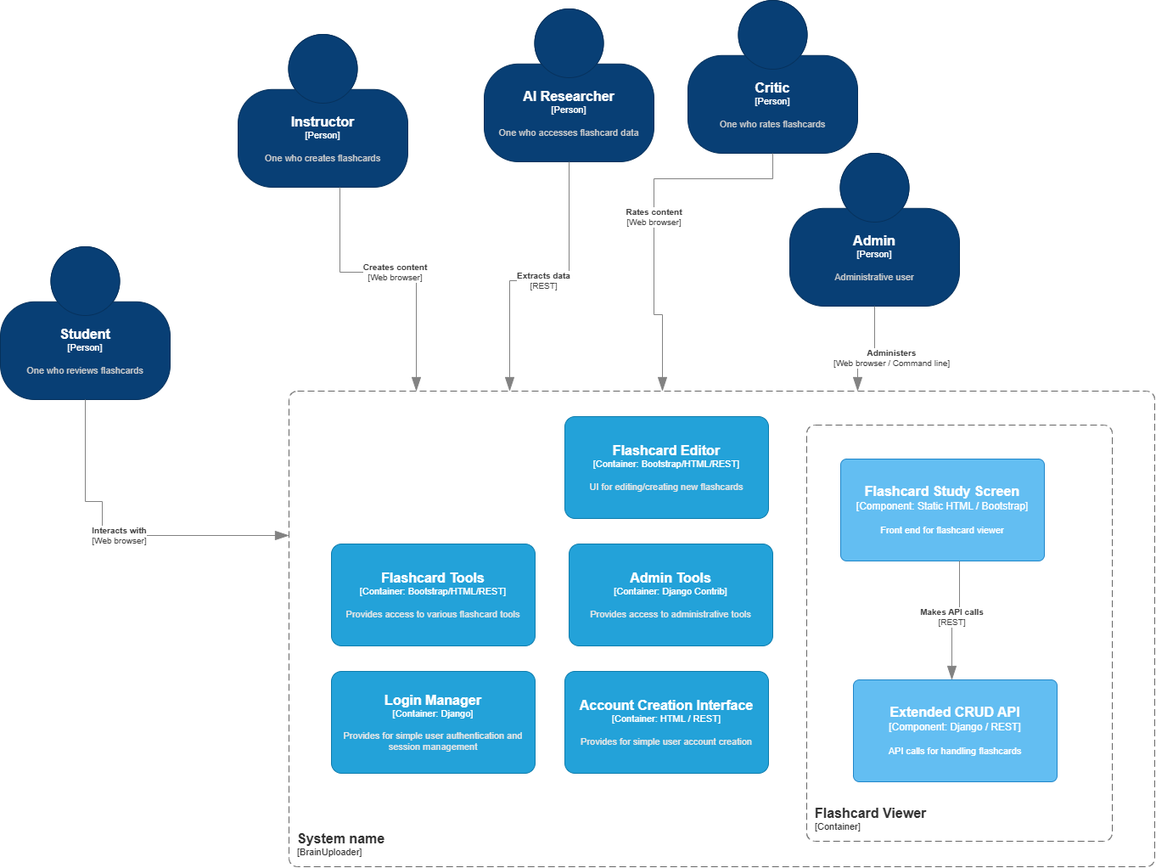
This is docs/images/C4-Component.drawio.png from ghumphr/brainuploader, a draw.io export, as it was before one commit. Source tidied: cells renumbered, new cells last; positions are measured from the earlier drawing's top-left corner, leaving out a move shared by most shapes.
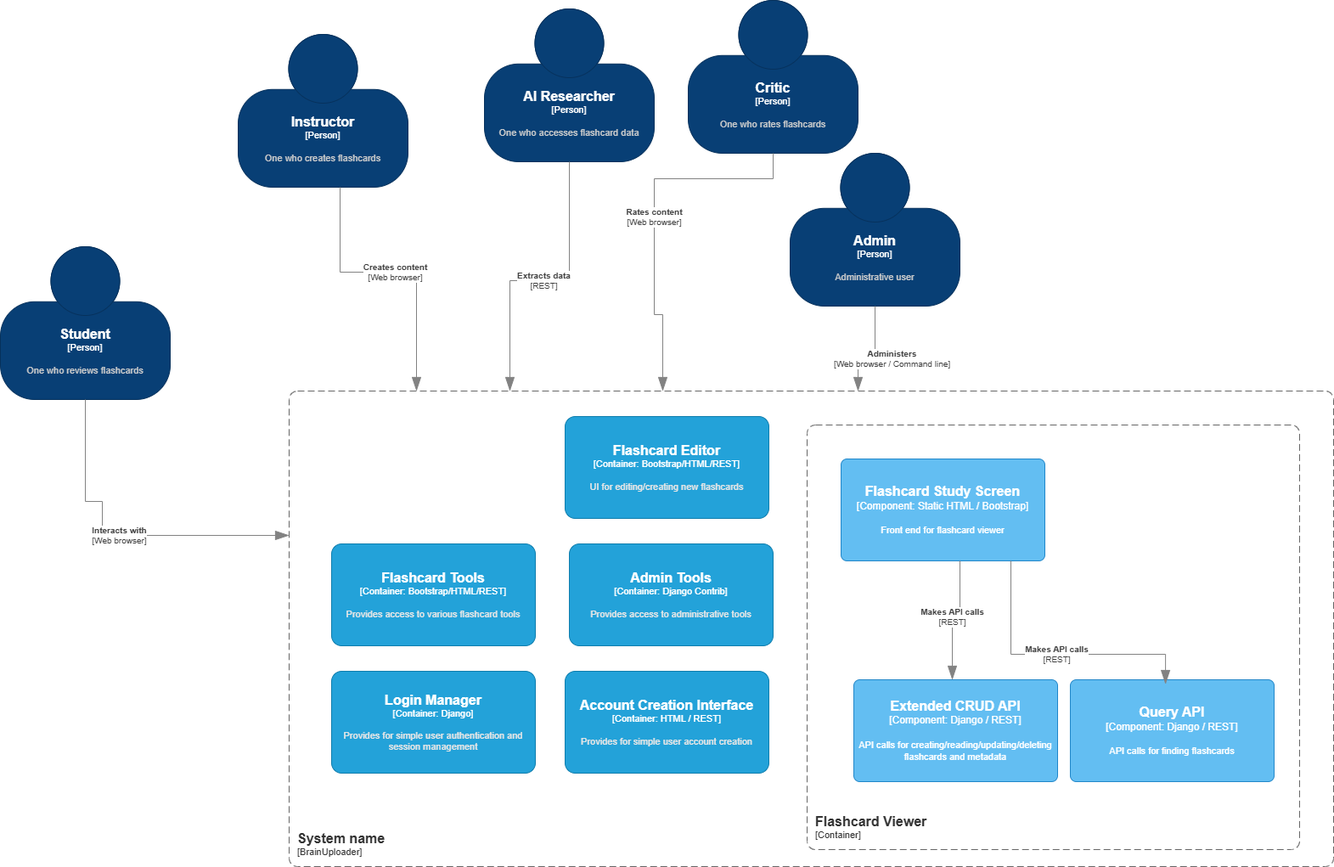
The same diagram one commit later.

Commit message:
added query API

Diff of the diagram source:
```diff
@@ -87,7 +87,7 @@
     </object>
     <object id="12" label="&lt;font style=&quot;font-size: 16px&quot;&gt;&lt;b&gt;&lt;div style=&quot;text-align: left&quot;&gt;%c4Name%&lt;/div&gt;&lt;/b&gt;&lt;/font&gt;&lt;div style=&quot;text-align: left&quot;&gt;[%c4Application%]&lt;/div&gt;" c4Application="BrainUploader" c4Name="System name" c4Type="SystemScopeBoundary" placeholders="1">
       <mxCell style="rounded=1;fontSize=11;whiteSpace=wrap;html=1;dashed=1;arcSize=20;fillColor=none;strokeColor=#666666;fontColor=#333333;labelBackgroundColor=none;align=left;verticalAlign=bottom;labelBorderColor=none;spacingTop=0;spacing=10;dashPattern=8 4;perimeter=rectanglePerimeter;noLabel=0;labelPadding=0;absoluteArcSize=1;" parent="1" vertex="1">
-        <mxGeometry x="340" y="460" width="1020" height="560" as="geometry" />
+        <mxGeometry x="340" y="460" width="1230" height="560" as="geometry" />
       </mxCell>
     </object>
     <object id="13" label="&lt;font style=&quot;font-size: 16px&quot;&gt;&lt;b&gt;%c4Name%&lt;/b&gt;&lt;/font&gt;&lt;div&gt;[%c4Type%: %c4Technology%]&lt;/div&gt;&lt;br&gt;&lt;div&gt;&lt;font style=&quot;font-size: 11px&quot;&gt;&lt;font color=&quot;#E6E6E6&quot;&gt;%c4Description%&lt;/font&gt;&lt;/div&gt;" c4Description="UI for editing/creating new flashcards" c4Name="Flashcard Editor" c4Technology="Bootstrap/HTML/REST" c4Type="Container" placeholders="1">
@@ -117,7 +117,7 @@
     </object>
     <object id="18" label="&lt;font style=&quot;font-size: 16px&quot;&gt;&lt;b&gt;&lt;div style=&quot;text-align: left&quot;&gt;%c4Name%&lt;/div&gt;&lt;/b&gt;&lt;/font&gt;&lt;div style=&quot;text-align: left&quot;&gt;[%c4Application%]&lt;/div&gt;" c4Application="Container" c4Name="Flashcard Viewer" c4Type="ContainerScopeBoundary" placeholders="1">
       <mxCell style="rounded=1;fontSize=11;whiteSpace=wrap;html=1;dashed=1;arcSize=20;fillColor=none;strokeColor=#666666;fontColor=#333333;labelBackgroundColor=none;align=left;verticalAlign=bottom;labelBorderColor=none;spacingTop=0;spacing=10;dashPattern=8 4;perimeter=rectanglePerimeter;noLabel=0;labelPadding=0;absoluteArcSize=1;" parent="1" vertex="1">
-        <mxGeometry x="950" y="500" width="360" height="490" as="geometry" />
+        <mxGeometry x="950" y="500" width="580" height="500" as="geometry" />
       </mxCell>
     </object>
     <object id="19" label="&lt;font style=&quot;font-size: 16px&quot;&gt;&lt;b&gt;%c4Name%&lt;/b&gt;&lt;/font&gt;&lt;div&gt;[%c4Type%: %c4Technology%]&lt;/div&gt;&lt;br&gt;&lt;div&gt;&lt;font style=&quot;font-size: 11px&quot;&gt;%c4Description%&lt;/font&gt;&lt;/div&gt;" c4Description="Front end for flashcard viewer" c4Name="Flashcard Study Screen" c4Technology="Static HTML / Bootstrap" c4Type="Component" placeholders="1">
@@ -125,7 +125,7 @@
         <mxGeometry x="990" y="540" width="240" height="120" as="geometry" />
       </mxCell>
     </object>
-    <object id="20" label="&lt;font style=&quot;font-size: 16px&quot;&gt;&lt;b&gt;%c4Name%&lt;/b&gt;&lt;/font&gt;&lt;div&gt;[%c4Type%: %c4Technology%]&lt;/div&gt;&lt;br&gt;&lt;div&gt;&lt;font style=&quot;font-size: 11px&quot;&gt;%c4Description%&lt;/font&gt;&lt;/div&gt;" c4Description="API calls for handling flashcards" c4Name="Extended CRUD API" c4Technology="Django / REST" c4Type="Component" placeholders="1">
+    <object id="20" label="&lt;font style=&quot;font-size: 16px&quot;&gt;&lt;b&gt;%c4Name%&lt;/b&gt;&lt;/font&gt;&lt;div&gt;[%c4Type%: %c4Technology%]&lt;/div&gt;&lt;br&gt;&lt;div&gt;&lt;font style=&quot;font-size: 11px&quot;&gt;%c4Description%&lt;/font&gt;&lt;/div&gt;" c4Description="API calls for creating/reading/updating/deleting flashcards and metadata" c4Name="Extended CRUD API" c4Technology="Django / REST" c4Type="Component" placeholders="1">
       <mxCell style="rounded=1;whiteSpace=wrap;html=1;labelBackgroundColor=none;fillColor=#63BEF2;fontColor=#ffffff;align=center;arcSize=6;strokeColor=#2086C9;points=[[0.25,0,0],[0.5,0,0],[0.75,0,0],[1,0.25,0],[1,0.5,0],[1,0.75,0],[0.75,1,0],[0.5,1,0],[0.25,1,0],[0,0.75,0],[0,0.5,0],[0,0.25,0]];" parent="1" vertex="1">
         <mxGeometry x="1005" y="800" width="240" height="120" as="geometry" />
       </mxCell>
@@ -141,5 +141,20 @@
         </mxGeometry>
       </mxCell>
     </object>
+    <object id="22" label="&lt;font style=&quot;font-size: 16px&quot;&gt;&lt;b&gt;%c4Name%&lt;/b&gt;&lt;/font&gt;&lt;div&gt;[%c4Type%: %c4Technology%]&lt;/div&gt;&lt;br&gt;&lt;div&gt;&lt;font style=&quot;font-size: 11px&quot;&gt;%c4Description%&lt;/font&gt;&lt;/div&gt;" c4Description="API calls for finding flashcards" c4Name="Query API" c4Technology="Django / REST" c4Type="Component" placeholders="1">
+      <mxCell style="rounded=1;whiteSpace=wrap;html=1;labelBackgroundColor=none;fillColor=#63BEF2;fontColor=#ffffff;align=center;arcSize=6;strokeColor=#2086C9;points=[[0.25,0,0],[0.5,0,0],[0.75,0,0],[1,0.25,0],[1,0.5,0],[1,0.75,0],[0.75,1,0],[0.5,1,0],[0.25,1,0],[0,0.75,0],[0,0.5,0],[0,0.25,0]];" parent="1" vertex="1">
+        <mxGeometry x="1260" y="800" width="240" height="120" as="geometry" />
+      </mxCell>
+    </object>
+    <object id="23" label="&lt;div style=&quot;text-align: left&quot;&gt;&lt;div style=&quot;text-align: center&quot;&gt;&lt;b&gt;%c4Description%&lt;/b&gt;&lt;/div&gt;&lt;div style=&quot;text-align: center&quot;&gt;[%c4Technology%]&lt;/div&gt;&lt;/div&gt;" c4Description="Makes API calls" c4Technology="REST" c4Type="Relationship" placeholders="1">
+      <mxCell style="endArrow=blockThin;html=1;fontSize=10;fontColor=#404040;strokeWidth=1;endFill=1;strokeColor=#828282;elbow=vertical;endSize=14;startSize=14;jumpStyle=arc;jumpSize=16;rounded=0;edgeStyle=orthogonalEdgeStyle;entryX=0.467;entryY=0.042;entryDx=0;entryDy=0;entryPerimeter=0;" parent="1" edge="1" source="19" target="22">
+        <mxGeometry relative="1" as="geometry">
+          <Array as="points">
+            <mxPoint x="1190" y="770" />
+            <mxPoint x="1372" y="770" />
+          </Array>
+        </mxGeometry>
+      </mxCell>
+    </object>
   </root>
 </mxGraphModel>
```
